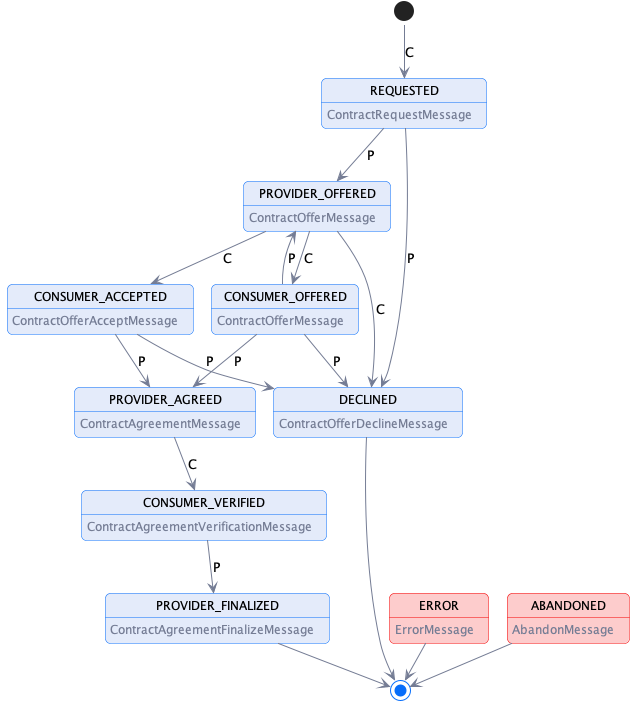
This is specifications/negotiation/contract.negotiation.state.machine.png from Metaform/edc-protocols, a PlantUML export, as it was before one commit.
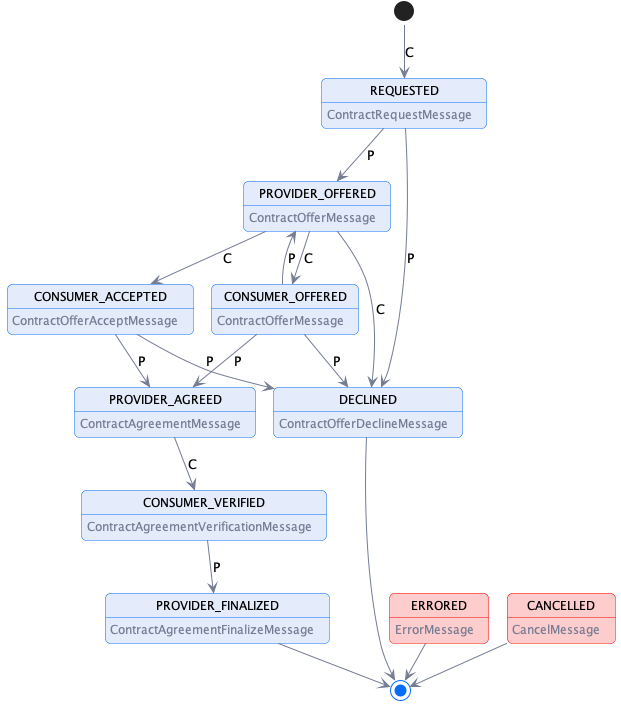
After the change.

Diff of the diagram source:
```diff
@@ -1,7 +1,7 @@
 @startuml "hub-request-processing"
 !pragma layout smetana
 
-!include ../../diagrams/diagram.styles.puml
+!include ../diagrams/diagram.styles.puml
 
 hide empty description
 
@@ -14,8 +14,8 @@
 state PROVIDER_FINALIZED: <color:$darkGray>ContractAgreementFinalizeMessage
 state DECLINED:  <color:$darkGray>ContractOfferDeclineMessage
 
-state ERROR $lightRed #$borderRed : <color:$darkGray>ErrorMessage
-state ABANDONED $lightRed #$borderRed:  <color:$darkGray>AbandonMessage
+state ERRORED $lightRed #$borderRed : <color:$darkGray>ErrorMessage
+state CANCELLED $lightRed #$borderRed:  <color:$darkGray>CancelMessage
 
 [*] --> REQUESTED: C
 REQUESTED -->  PROVIDER_OFFERED: P
@@ -37,8 +37,8 @@
 CONSUMER_VERIFIED --> PROVIDER_FINALIZED: P
 
 PROVIDER_FINALIZED -->[*]
-ERROR --> [*]
-ABANDONED --> [*]
+ERRORED --> [*]
+CANCELLED --> [*]
 DECLINED --> [*]
 
 @enduml
```
